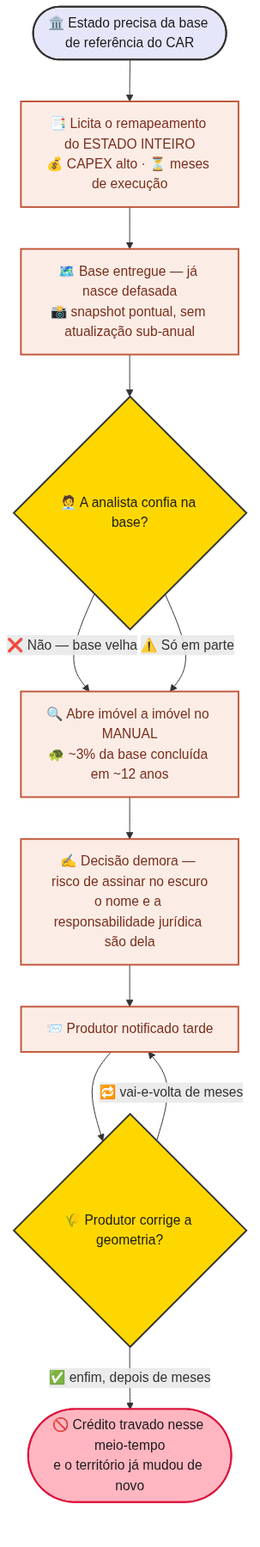
Earlier version of the Mermaid export diagrams/fluxo_01_atual.png (n0tjohnny/ruralistas-solucao). Its source is kept beside it as diagrams/fluxo_01_atual.mmd. The source it was exported from:
```mermaid
flowchart TD
    A(["🏛️ Estado precisa da base de referência do CAR"]) --> B["📑 Licita o remapeamento do ESTADO INTEIRO<br/>💰 CAPEX alto · ⏳ meses de execução"]
    B --> C["🗺️ Base entregue — já nasce defasada<br/>📸 snapshot pontual, sem atualização sub-anual"]
    C --> D{"🧑‍💼 A analista confia na base?"}
    D -->|"❌ Não — base velha"| E["🔍 Abre imóvel a imóvel no MANUAL<br/>🐢 ~3% da base concluída em ~12 anos"]
    D -->|"⚠️ Só em parte"| E
    E --> F["✍️ Decisão demora — risco de assinar no escuro<br/>o nome e a responsabilidade jurídica são dela"]
    F --> G["📨 Produtor notificado tarde"]
    G --> H{"🌾 Produtor corrige a geometria?"}
    H -->|"🔁 vai-e-volta de meses"| G
    H -->|"✅ enfim, depois de meses"| I(["🚫 Crédito travado nesse meio-tempo<br/>e o território já mudou de novo"])

    classDef start fill:#E6E6FA,stroke:#333,stroke-width:2px,color:#1a1a1a
    classDef problem fill:#FBEDE6,stroke:#C0573B,stroke-width:2px,color:#7A2E1C
    classDef decision fill:#FFD700,stroke:#333,stroke-width:2px,color:#1a1a1a
    classDef bad fill:#FFB6C1,stroke:#DC143C,stroke-width:2px,color:#1a1a1a

    class A start
    class B,C,E,F,G problem
    class D,H decision
    class I bad
```
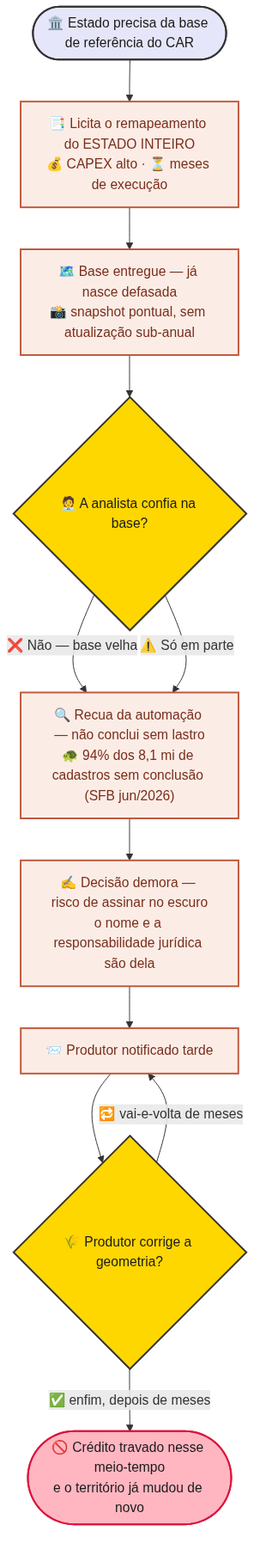
Later version of the same file.

What changed in the source:
```diff
@@ -2,7 +2,7 @@
     A(["🏛️ Estado precisa da base de referência do CAR"]) --> B["📑 Licita o remapeamento do ESTADO INTEIRO<br/>💰 CAPEX alto · ⏳ meses de execução"]
     B --> C["🗺️ Base entregue — já nasce defasada<br/>📸 snapshot pontual, sem atualização sub-anual"]
     C --> D{"🧑‍💼 A analista confia na base?"}
-    D -->|"❌ Não — base velha"| E["🔍 Abre imóvel a imóvel no MANUAL<br/>🐢 ~3% da base concluída em ~12 anos"]
+    D -->|"❌ Não — base velha"| E["🔍 Recua da automação — não conclui sem lastro<br/>🐢 94% dos 8,1 mi de cadastros sem conclusão (SFB jun/2026)"]
     D -->|"⚠️ Só em parte"| E
     E --> F["✍️ Decisão demora — risco de assinar no escuro<br/>o nome e a responsabilidade jurídica são dela"]
     F --> G["📨 Produtor notificado tarde"]
```
